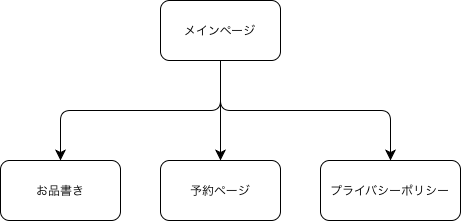
The draw.io diagram dataflow.drawio.png in Paralleltraveler1801/shi-kuretto, before a commit. Source tidied: cells renumbered, new cells last; positions are measured from the earlier drawing's top-left corner, leaving out a move shared by most shapes.
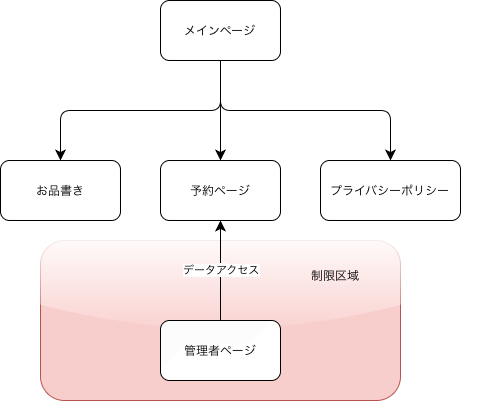
After the change.

Diff of the diagram source:
```diff
@@ -2,6 +2,9 @@
   <root>
     <mxCell id="0" />
     <mxCell id="1" parent="0" />
+    <mxCell id="9" style="rounded=1;whiteSpace=wrap;html=1;fillColor=#f8cecc;strokeColor=#b85450;glass=1;" parent="1" vertex="1">
+      <mxGeometry x="40" y="240" width="360" height="160" as="geometry" />
+    </mxCell>
     <mxCell id="2" value="メインページ" style="rounded=1;whiteSpace=wrap;html=1;" parent="1" vertex="1">
       <mxGeometry x="160" width="120" height="60" as="geometry" />
     </mxCell>
@@ -34,5 +37,17 @@
         </Array>
       </mxGeometry>
     </mxCell>
+    <mxCell id="10" value="管理者ページ" style="rounded=1;whiteSpace=wrap;html=1;" parent="1" vertex="1">
+      <mxGeometry x="160" y="320" width="120" height="60" as="geometry" />
+    </mxCell>
+    <mxCell id="11" value="！" style="endArrow=classic;html=1;rounded=0;fontSize=12;startSize=8;endSize=8;curved=1;exitX=0.5;exitY=0;exitDx=0;exitDy=0;entryX=0.5;entryY=1;entryDx=0;entryDy=0;" parent="1" edge="1" source="10" target="3">
+      <mxGeometry relative="1" as="geometry" />
+    </mxCell>
+    <mxCell id="12" value="データアクセス" style="edgeLabel;html=1;align=center;verticalAlign=middle;" parent="11" vertex="1">
+      <mxGeometry relative="1" as="geometry" />
+    </mxCell>
+    <mxCell id="13" value="制限区域" style="text;html=1;whiteSpace=wrap;strokeColor=none;fillColor=none;align=center;verticalAlign=middle;rounded=0;" parent="1" vertex="1">
+      <mxGeometry x="180" y="260" width="310" height="30" as="geometry" />
+    </mxCell>
   </root>
 </mxGraphModel>
```
